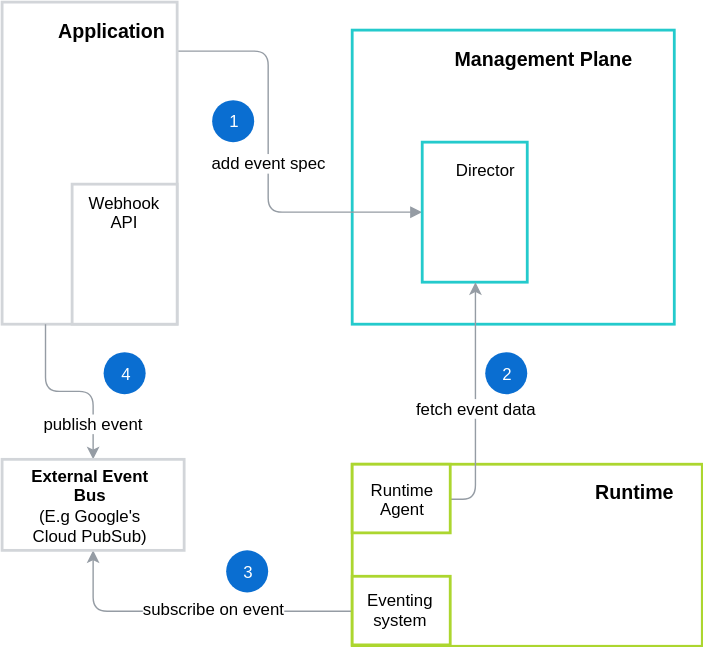
kyma-incubator/compass keeps this draw.io diagram as docs/compass/assets/external-event-flow.svg. Above is the earlier version. Source tidied: cells renumbered, new cells last; positions are measured from the earlier drawing's top-left corner, leaving out a move shared by most shapes. The source it was exported from:
```xml
<mxGraphModel background="#FFFFFF">
  <root>
    <mxCell id="0" />
    <mxCell id="1" parent="0" />
    <mxCell id="2" style="rounded=0;whiteSpace=wrap;html=1;strokeColor=#24CACC;strokeWidth=2;horizontal=1;" parent="1" vertex="1">
      <mxGeometry x="250" y="20" width="230" height="210" as="geometry" />
    </mxCell>
    <mxCell id="3" value="Management Plane&lt;br style=&quot;font-size: 14px&quot;&gt;" style="text;html=1;strokeColor=none;fillColor=none;align=center;verticalAlign=middle;whiteSpace=wrap;rounded=0;fontStyle=1;fontSize=14;" parent="1" vertex="1">
      <mxGeometry x="300" y="30" width="172" height="20" as="geometry" />
    </mxCell>
    <mxCell id="4" style="rounded=0;whiteSpace=wrap;html=1;strokeColor=#ACD62F;strokeWidth=2;horizontal=1;" parent="1" vertex="1">
      <mxGeometry x="250" y="330" width="250" height="130" as="geometry" />
    </mxCell>
    <mxCell id="5" value="&amp;nbsp;Runtime&lt;br style=&quot;font-size: 14px;&quot;&gt;" style="text;html=1;strokeColor=none;fillColor=none;align=center;verticalAlign=middle;whiteSpace=wrap;rounded=0;fontStyle=1;fontSize=14;" parent="1" vertex="1">
      <mxGeometry x="412.5" y="339" width="74" height="20" as="geometry" />
    </mxCell>
    <mxCell id="6" value="add event spec&lt;br&gt;" style="edgeStyle=orthogonalEdgeStyle;rounded=1;jettySize=auto;html=1;exitX=1;exitY=0.152;exitDx=0;exitDy=0;startArrow=none;startFill=0;endArrow=block;endFill=1;strokeColor=#959CA4;fontSize=12;exitPerimeter=0;entryX=0;entryY=0.5;entryDx=0;entryDy=0;" parent="1" edge="1" source="7" target="16">
      <mxGeometry relative="1" as="geometry">
        <Array as="points">
          <mxPoint x="190" y="35" />
          <mxPoint x="190" y="150" />
        </Array>
      </mxGeometry>
    </mxCell>
    <mxCell id="7" style="rounded=0;whiteSpace=wrap;html=1;strokeColor=#D2D5D9;strokeWidth=2;horizontal=1;" parent="1" vertex="1">
      <mxGeometry width="125" height="230" as="geometry" />
    </mxCell>
    <mxCell id="8" value="Application&amp;nbsp;&lt;br style=&quot;font-size: 14px;&quot;&gt;" style="text;html=1;strokeColor=none;fillColor=none;align=center;verticalAlign=middle;whiteSpace=wrap;rounded=0;fontStyle=1;fontSize=14;" parent="1" vertex="1">
      <mxGeometry x="40" y="10" width="80" height="20" as="geometry" />
    </mxCell>
    <mxCell id="9" style="edgeStyle=orthogonalEdgeStyle;rounded=1;jettySize=auto;html=1;strokeColor=#959CA4;exitX=0.25;exitY=1;exitDx=0;exitDy=0;" parent="1" edge="1" source="7" target="14">
      <mxGeometry relative="1" as="geometry" />
    </mxCell>
    <mxCell id="10" value="publish event&lt;br&gt;" style="text;html=1;align=center;verticalAlign=middle;labelBackgroundColor=#ffffff;" parent="9" vertex="1">
      <mxGeometry x="-0.7" relative="1" as="geometry">
        <mxPoint x="34" y="50" as="offset" />
      </mxGeometry>
    </mxCell>
    <mxCell id="11" style="rounded=0;whiteSpace=wrap;html=1;strokeColor=#D2D5D9;strokeWidth=2;horizontal=1;" parent="1" vertex="1">
      <mxGeometry x="50" y="130" width="75" height="100" as="geometry" />
    </mxCell>
    <mxCell id="12" style="edgeStyle=orthogonalEdgeStyle;rounded=1;jettySize=auto;html=1;strokeColor=#959CA4;exitX=0;exitY=0.5;exitDx=0;exitDy=0;" parent="1" edge="1" source="18" target="14">
      <mxGeometry relative="1" as="geometry" />
    </mxCell>
    <mxCell id="13" value="subscribe on event" style="text;html=1;align=center;verticalAlign=middle;labelBackgroundColor=#ffffff;" parent="12" vertex="1">
      <mxGeometry x="-0.14" y="-3" relative="1" as="geometry" />
    </mxCell>
    <mxCell id="14" style="rounded=0;whiteSpace=wrap;html=1;strokeColor=#D2D5D9;strokeWidth=2;horizontal=1;" parent="1" vertex="1">
      <mxGeometry y="326.5" width="130" height="65" as="geometry" />
    </mxCell>
    <mxCell id="15" value="Webhook API" style="text;html=1;strokeColor=none;fillColor=none;align=center;verticalAlign=middle;whiteSpace=wrap;rounded=0;fontSize=12;" parent="1" vertex="1">
      <mxGeometry x="67.5" y="140" width="40" height="20" as="geometry" />
    </mxCell>
    <mxCell id="16" style="rounded=0;whiteSpace=wrap;html=1;strokeColor=#24CACC;strokeWidth=2;horizontal=1;" parent="1" vertex="1">
      <mxGeometry x="300" y="100" width="75" height="100" as="geometry" />
    </mxCell>
    <mxCell id="17" value="Director" style="text;html=1;strokeColor=none;fillColor=none;align=center;verticalAlign=middle;whiteSpace=wrap;rounded=0;fontSize=12;" parent="1" vertex="1">
      <mxGeometry x="325" y="110" width="40" height="20" as="geometry" />
    </mxCell>
    <mxCell id="18" value="&lt;span&gt;Eventing system&lt;/span&gt;" style="rounded=0;whiteSpace=wrap;html=1;strokeColor=#ACD62F;strokeWidth=2;horizontal=1;" parent="1" vertex="1">
      <mxGeometry x="250" y="410" width="70" height="49" as="geometry" />
    </mxCell>
    <mxCell id="19" value="External Event Bus&lt;br&gt;&lt;span style=&quot;font-weight: normal&quot;&gt;(E.g Google's &lt;br&gt;Cloud PubSub)&lt;/span&gt;&lt;br&gt;" style="text;html=1;strokeColor=none;fillColor=none;align=center;verticalAlign=middle;whiteSpace=wrap;rounded=0;fontStyle=1;" parent="1" vertex="1">
      <mxGeometry x="7.5" y="339" width="110" height="39" as="geometry" />
    </mxCell>
    <mxCell id="20" value="&lt;font style=&quot;font-size: 12px&quot;&gt;fetch event data&lt;/font&gt;&lt;br&gt;" style="edgeStyle=orthogonalEdgeStyle;rounded=1;jettySize=auto;html=1;exitX=1;exitY=0.5;exitDx=0;exitDy=0;strokeColor=#959CA4;" parent="1" edge="1" source="21" target="16">
      <mxGeometry x="-0.04" relative="1" as="geometry">
        <Array as="points">
          <mxPoint x="338" y="355" />
        </Array>
      </mxGeometry>
    </mxCell>
    <mxCell id="21" style="rounded=0;whiteSpace=wrap;html=1;strokeColor=#ACD62F;strokeWidth=2;horizontal=1;" parent="1" vertex="1">
      <mxGeometry x="250" y="330" width="70" height="49" as="geometry" />
    </mxCell>
    <mxCell id="22" value="Runtime&lt;br&gt;Agent" style="text;html=1;strokeColor=none;fillColor=none;align=center;verticalAlign=middle;whiteSpace=wrap;rounded=0;" parent="1" vertex="1">
      <mxGeometry x="265" y="344.5" width="40" height="20" as="geometry" />
    </mxCell>
    <mxCell id="23" value="1" style="ellipse;whiteSpace=wrap;html=1;strokeColor=none;strokeWidth=1;fillColor=#0A6ED1;fontColor=#FFFFFF;" parent="1" vertex="1">
      <mxGeometry x="150" y="70" width="30" height="30" as="geometry" />
    </mxCell>
    <mxCell id="24" value="2" style="ellipse;whiteSpace=wrap;html=1;strokeColor=none;strokeWidth=1;fillColor=#0A6ED1;fontColor=#FFFFFF;" parent="1" vertex="1">
      <mxGeometry x="345" y="250" width="30" height="30" as="geometry" />
    </mxCell>
    <mxCell id="25" value="4" style="ellipse;whiteSpace=wrap;html=1;strokeColor=none;strokeWidth=1;fillColor=#0A6ED1;fontColor=#FFFFFF;" parent="1" vertex="1">
      <mxGeometry x="72.5" y="250" width="30" height="30" as="geometry" />
    </mxCell>
    <mxCell id="26" value="3" style="ellipse;whiteSpace=wrap;html=1;strokeColor=none;strokeWidth=1;fillColor=#0A6ED1;fontColor=#FFFFFF;" parent="1" vertex="1">
      <mxGeometry x="160" y="391.5" width="30" height="30" as="geometry" />
    </mxCell>
  </root>
</mxGraphModel>
```
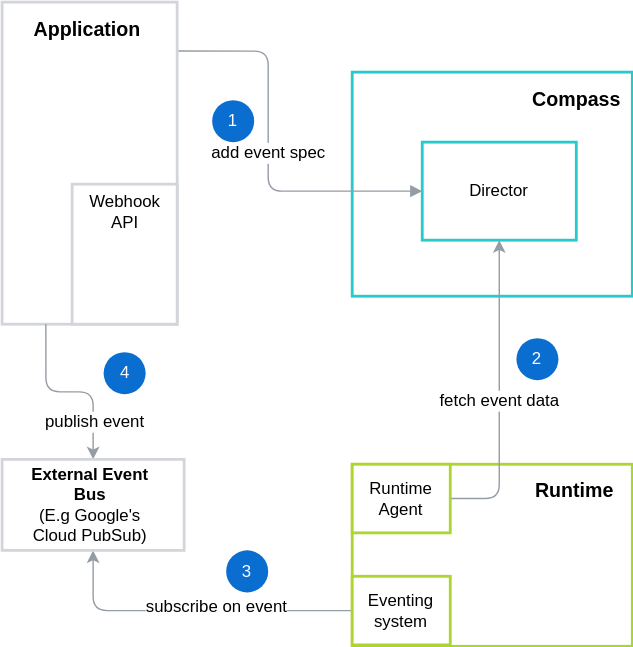
Later version of the same file.

What changed in the source:
```diff
@@ -3,22 +3,22 @@
     <mxCell id="0" />
     <mxCell id="1" parent="0" />
     <mxCell id="2" style="rounded=0;whiteSpace=wrap;html=1;strokeColor=#24CACC;strokeWidth=2;horizontal=1;" parent="1" vertex="1">
-      <mxGeometry x="250" y="20" width="230" height="210" as="geometry" />
+      <mxGeometry x="250" y="50" width="200" height="160" as="geometry" />
     </mxCell>
-    <mxCell id="3" value="Management Plane&lt;br style=&quot;font-size: 14px&quot;&gt;" style="text;html=1;strokeColor=none;fillColor=none;align=center;verticalAlign=middle;whiteSpace=wrap;rounded=0;fontStyle=1;fontSize=14;" parent="1" vertex="1">
-      <mxGeometry x="300" y="30" width="172" height="20" as="geometry" />
+    <mxCell id="3" value="Compass" style="text;html=1;strokeColor=none;fillColor=none;align=right;verticalAlign=middle;whiteSpace=wrap;rounded=0;fontStyle=1;fontSize=14;" parent="1" vertex="1">
+      <mxGeometry x="320" y="60" width="123.5" height="20" as="geometry" />
     </mxCell>
     <mxCell id="4" style="rounded=0;whiteSpace=wrap;html=1;strokeColor=#ACD62F;strokeWidth=2;horizontal=1;" parent="1" vertex="1">
-      <mxGeometry x="250" y="330" width="250" height="130" as="geometry" />
+      <mxGeometry x="250" y="330" width="200" height="130" as="geometry" />
     </mxCell>
     <mxCell id="5" value="&amp;nbsp;Runtime&lt;br style=&quot;font-size: 14px;&quot;&gt;" style="text;html=1;strokeColor=none;fillColor=none;align=center;verticalAlign=middle;whiteSpace=wrap;rounded=0;fontStyle=1;fontSize=14;" parent="1" vertex="1">
-      <mxGeometry x="412.5" y="339" width="74" height="20" as="geometry" />
+      <mxGeometry x="370" y="339" width="74" height="20" as="geometry" />
     </mxCell>
     <mxCell id="6" value="add event spec&lt;br&gt;" style="edgeStyle=orthogonalEdgeStyle;rounded=1;jettySize=auto;html=1;exitX=1;exitY=0.152;exitDx=0;exitDy=0;startArrow=none;startFill=0;endArrow=block;endFill=1;strokeColor=#959CA4;fontSize=12;exitPerimeter=0;entryX=0;entryY=0.5;entryDx=0;entryDy=0;" parent="1" edge="1" source="7" target="16">
       <mxGeometry relative="1" as="geometry">
         <Array as="points">
           <mxPoint x="190" y="35" />
-          <mxPoint x="190" y="150" />
+          <mxPoint x="190" y="135" />
         </Array>
       </mxGeometry>
     </mxCell>
@@ -26,7 +26,7 @@
       <mxGeometry width="125" height="230" as="geometry" />
     </mxCell>
     <mxCell id="8" value="Application&amp;nbsp;&lt;br style=&quot;font-size: 14px;&quot;&gt;" style="text;html=1;strokeColor=none;fillColor=none;align=center;verticalAlign=middle;whiteSpace=wrap;rounded=0;fontStyle=1;fontSize=14;" parent="1" vertex="1">
-      <mxGeometry x="40" y="10" width="80" height="20" as="geometry" />
+      <mxGeometry x="22.5" y="10" width="80" height="20" as="geometry" />
     </mxCell>
     <mxCell id="9" style="edgeStyle=orthogonalEdgeStyle;rounded=1;jettySize=auto;html=1;strokeColor=#959CA4;exitX=0.25;exitY=1;exitDx=0;exitDy=0;" parent="1" edge="1" source="7" target="14">
       <mxGeometry relative="1" as="geometry" />
@@ -51,22 +51,19 @@
     <mxCell id="15" value="Webhook API" style="text;html=1;strokeColor=none;fillColor=none;align=center;verticalAlign=middle;whiteSpace=wrap;rounded=0;fontSize=12;" parent="1" vertex="1">
       <mxGeometry x="67.5" y="140" width="40" height="20" as="geometry" />
     </mxCell>
-    <mxCell id="16" style="rounded=0;whiteSpace=wrap;html=1;strokeColor=#24CACC;strokeWidth=2;horizontal=1;" parent="1" vertex="1">
-      <mxGeometry x="300" y="100" width="75" height="100" as="geometry" />
+    <mxCell id="16" value="Director" style="rounded=0;whiteSpace=wrap;html=1;strokeColor=#24CACC;strokeWidth=2;horizontal=1;" parent="1" vertex="1">
+      <mxGeometry x="300" y="100" width="110" height="70" as="geometry" />
     </mxCell>
-    <mxCell id="17" value="Director" style="text;html=1;strokeColor=none;fillColor=none;align=center;verticalAlign=middle;whiteSpace=wrap;rounded=0;fontSize=12;" parent="1" vertex="1">
-      <mxGeometry x="325" y="110" width="40" height="20" as="geometry" />
-    </mxCell>
     <mxCell id="18" value="&lt;span&gt;Eventing system&lt;/span&gt;" style="rounded=0;whiteSpace=wrap;html=1;strokeColor=#ACD62F;strokeWidth=2;horizontal=1;" parent="1" vertex="1">
       <mxGeometry x="250" y="410" width="70" height="49" as="geometry" />
     </mxCell>
     <mxCell id="19" value="External Event Bus&lt;br&gt;&lt;span style=&quot;font-weight: normal&quot;&gt;(E.g Google's &lt;br&gt;Cloud PubSub)&lt;/span&gt;&lt;br&gt;" style="text;html=1;strokeColor=none;fillColor=none;align=center;verticalAlign=middle;whiteSpace=wrap;rounded=0;fontStyle=1;" parent="1" vertex="1">
       <mxGeometry x="7.5" y="339" width="110" height="39" as="geometry" />
     </mxCell>
-    <mxCell id="20" value="&lt;font style=&quot;font-size: 12px&quot;&gt;fetch event data&lt;/font&gt;&lt;br&gt;" style="edgeStyle=orthogonalEdgeStyle;rounded=1;jettySize=auto;html=1;exitX=1;exitY=0.5;exitDx=0;exitDy=0;strokeColor=#959CA4;" parent="1" edge="1" source="21" target="16">
+    <mxCell id="20" value="&lt;font style=&quot;font-size: 12px&quot;&gt;fetch event data&lt;/font&gt;&lt;br&gt;" style="edgeStyle=orthogonalEdgeStyle;rounded=1;jettySize=auto;html=1;exitX=1;exitY=0.5;exitDx=0;exitDy=0;strokeColor=#959CA4;entryX=0.5;entryY=1;entryDx=0;entryDy=0;" parent="1" edge="1" source="21" target="16">
       <mxGeometry x="-0.04" relative="1" as="geometry">
         <Array as="points">
-          <mxPoint x="338" y="355" />
+          <mxPoint x="355" y="355" />
         </Array>
       </mxGeometry>
     </mxCell>
@@ -80,7 +77,7 @@
       <mxGeometry x="150" y="70" width="30" height="30" as="geometry" />
     </mxCell>
     <mxCell id="24" value="2" style="ellipse;whiteSpace=wrap;html=1;strokeColor=none;strokeWidth=1;fillColor=#0A6ED1;fontColor=#FFFFFF;" parent="1" vertex="1">
-      <mxGeometry x="345" y="250" width="30" height="30" as="geometry" />
+      <mxGeometry x="367.2" y="240" width="30" height="30" as="geometry" />
     </mxCell>
     <mxCell id="25" value="4" style="ellipse;whiteSpace=wrap;html=1;strokeColor=none;strokeWidth=1;fillColor=#0A6ED1;fontColor=#FFFFFF;" parent="1" vertex="1">
       <mxGeometry x="72.5" y="250" width="30" height="30" as="geometry" />
```
